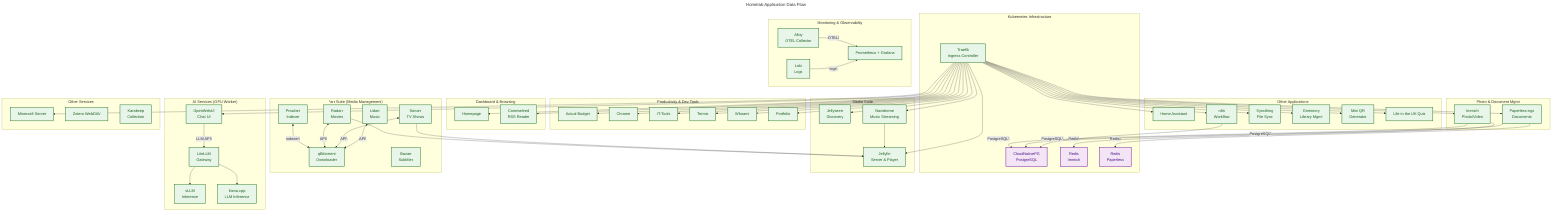
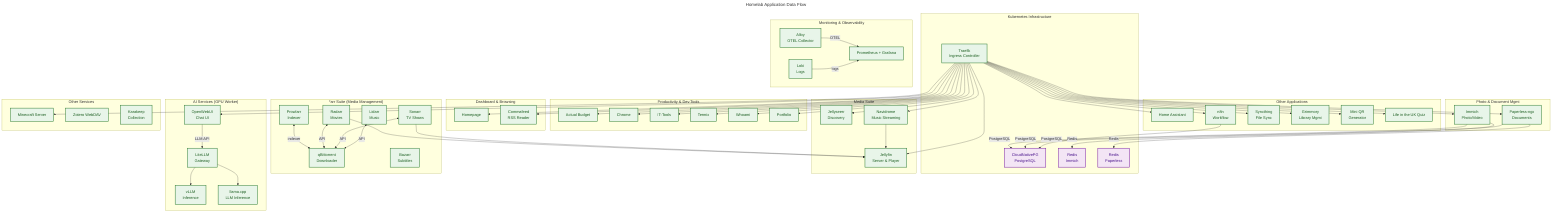
---
title: "Homelab Application Data Flow"
description: "Application services, data flows, and dependencies"
---

flowchart TD
-     %% ============================================
-     %% K8s INFRASTRUCTURE (anchor)
-     %% ============================================
    subgraph Infra["Kubernetes Infrastructure"]
        TRAFIK["Traefik\nIngress Controller"]:::svc
        CNPG["CloudNativePG\nPostgreSQL"]:::db
        REDIS_I["Redis\nImmich"]:::db
        REDIS_P["Redis\nPaperless"]:::db
    end

-     %% ============================================
-     %% PRODUCTIVITY & DEV TOOLS
-     %% ============================================
    subgraph Productivity["Productivity & Dev Tools"]
        AB["Actual Budget"]:::svc
        CHROME["Chrome"]:::svc
        ITTOOL["IT-Tools"]:::svc
        TERMIX["Termix"]:::svc
        WHOAMI["Whoami"]:::svc
        PORTFOLIO["Portfolio"]:::svc
    end

-     %% ============================================
-     %% DASHBOARD & BROWSING
-     %% ============================================
    subgraph Dashboard["Dashboard & Browsing"]
        HOMEPAGE["Homepage"]:::svc
        CFED["Commafeed\nRSS Reader"]:::svc
    end

-     %% ============================================
-     %% PHOTO & DOCUMENT MANAGEMENT
-     %% ============================================
    subgraph PhotoDoc["Photo & Document Mgmt"]
        IMMICH["Immich\nPhoto/Video"]:::svc
        PAPERLESS["Paperless-ngx\nDocuments"]:::svc
    end

-     %% ============================================
-     %% MEDIA SUITE
-     %% ============================================
    subgraph Media["Media Suite"]
        JELLYFIN["Jellyfin\nServer & Player"]:::svc
        JELLYSEERR["Jellyseerr\nDiscovery"]:::svc
        NAV["Navidrome\nMusic Streaming"]:::svc
    end

-     %% ============================================
-     %% *ARR SUITE
-     %% ============================================
    subgraph ArrSuite["*arr Suite (Media Management)"]
        PROWLARR["Prowlarr\nIndexer"]:::svc
        QBT["qBittorrent\nDownloader"]:::svc
        RAD["Radarr\nMovies"]:::svc
        SON["Sonarr\nTV Shows"]:::svc
        LID["Lidarr\nMusic"]:::svc
        BAZ["Bazarr\nSubtitles"]:::svc
    end

-     %% ============================================
-     %% AI STACK (on GPU Worker)
-     %% ============================================
    subgraph AIStack["AI Services (GPU Worker)"]
        VL["vLLM\nInference"]:::svc
        LLAMA_CPP["llama.cpp\nLLM Inference"]:::svc
        LITELLM["LiteLLM\nGateway"]:::svc
        OWEBUI["OpenWebUI\nChat UI"]:::svc
    end

-     %% ============================================
-     %% OTHER APPLICATIONS
-     %% ============================================
    subgraph OtherApps["Other Applications"]
        HA["Home Assistant"]:::svc
        N8N["n8n\nWorkflow"]:::svc
        SYNCT["Syncthing\nFile Sync"]:::svc
        GRIM["Grimmory\nLibrary Mgmt"]:::svc
        MINIQR["Mini QR\nGenerator"]:::svc
        LUKQ["Life in the UK Quiz"]:::svc
    end

-     %% ============================================
-     %% MONITORING & OBSERVABILITY
-     %% ============================================
    subgraph Monitoring["Monitoring & Observability"]
        PROM["Prometheus + Grafana"]:::svc
        LOKI["Loki\nLogs"]:::svc
        ALLOY["Alloy\nOTEL Collector"]:::svc
    end

-     %% ============================================
-     %% OTHER SERVICES
-     %% ============================================
    subgraph OtherSvc["Other Services"]
        MINECRAFT["Minecraft Server"]:::svc
        ZOTERO["Zotero WebDAV"]:::svc
        KARA["Karakeep\nCollection"]:::svc
    end

-     %% ============================================
-     %% CONNECTIONS - Application Data Flow
-     %% ============================================
    TRAFIK --> AB
    TRAFIK --> CHROME
    TRAFIK --> ITTOOL
    TRAFIK --> TERMIX
    TRAFIK --> WHOAMI
    TRAFIK --> PORTFOLIO
    TRAFIK --> HOMEPAGE
    TRAFIK --> CFED
    TRAFIK --> HA
    TRAFIK --> N8N
    TRAFIK --> SYNCT
    TRAFIK --> GRIM
    TRAFIK --> MINIQR
    TRAFIK --> LUKQ
    TRAFIK --> IMMICH
    TRAFIK --> PAPERLESS
    TRAFIK --> JELLYFIN
    TRAFIK --> JELLYSEERR
    TRAFIK --> NAV
    TRAFIK --> OWEBUI
    TRAFIK --> MINECRAFT

-     %% AI flow
-     OWEBUI -->|"LLM API"\| LITELLM
+     OWEBUI -->|"LLM API"| LITELLM
    LITELLM --> VL
    LITELLM --> LLAMA_CPP

-     %% *arr suite
-     PROWLARR <-->|"indexer"\| QBT
-     RAD <-->|"API"\| QBT
-     SON <-->|"API"\| QBT
-     LID <-->|"API"\| QBT
+     PROWLARR <-->|"indexer"| QBT
+     RAD <-->|"API"| QBT
+     SON <-->|"API"| QBT
+     LID <-->|"API"| QBT
    RAD --> JELLYFIN
    SON --> JELLYFIN
    NAV --> JELLYFIN

-     %% Database connections
-     IMMICH -->|"PostgreSQL"\| CNPG
-     PAPERLESS -->|"PostgreSQL"\| CNPG
-     N8N -->|"PostgreSQL"\| CNPG
-     IMMICH -->|"Redis"\| REDIS_I
-     PAPERLESS -->|"Redis"\| REDIS_P
+     IMMICH -->|"PostgreSQL"| CNPG
+     PAPERLESS -->|"PostgreSQL"| CNPG
+     N8N -->|"PostgreSQL"| CNPG
+     IMMICH -->|"Redis"| REDIS_I
+     PAPERLESS -->|"Redis"| REDIS_P

-     %% Monitoring
-     ALLOY -->|"OTEL"\| PROM
-     LOKI -->|"logs"\| PROM
+     ALLOY -->|"OTEL"| PROM
+     LOKI -->|"logs"| PROM

-     %% ============================================
-     %% STYLES
-     %% ============================================
    classDef svc fill:#e8f5e9,stroke:#2e7d32,stroke-width:2px,color:#1b5e20;
    classDef db fill:#f3e5f5,stroke:#7b1fa2,stroke-width:2px,color:#4a148c;
